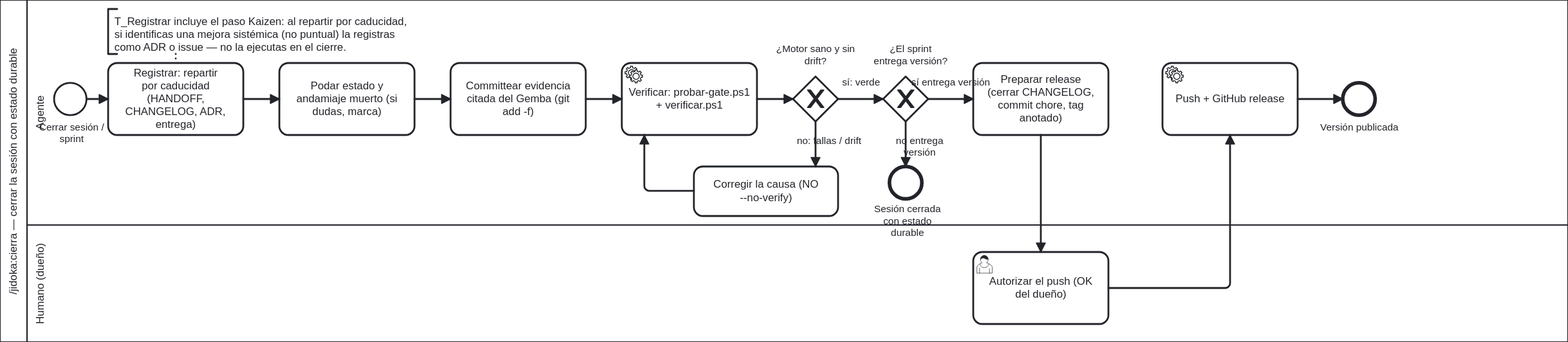
This is docs/atlas/render/16-cierra-as-is.svg from ArmandoMedina/jidoka, a BPMN export, as it was before one commit. Its source is kept beside it as docs/atlas/10-ritual/16-cierra-as-is.bpmn. Ids are renumbered.
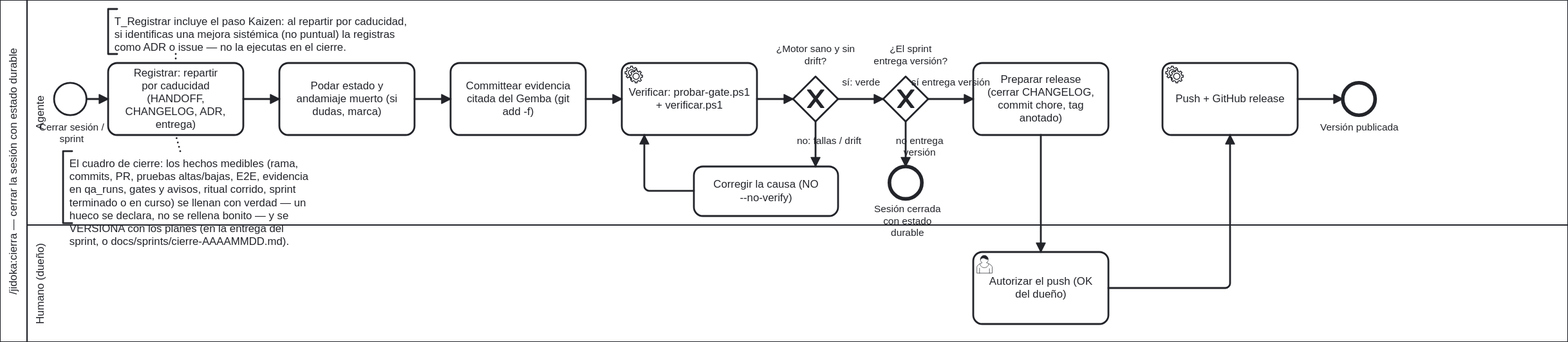
Later version of the same file.

Commit message:
feat(cierra): el cuadro de cierre -- los hechos medibles, versionado con los planes

Diff of the diagram source:
```diff
@@ -92,6 +92,10 @@
       <bpmn:text>T_Registrar incluye el paso Kaizen: al repartir por caducidad, si identificas una mejora sistémica (no puntual) la registras como ADR o issue — no la ejecutas en el cierre.</bpmn:text>
     </bpmn:textAnnotation>
     <bpmn:association id="Assoc_Kaizen" sourceRef="Ann_Kaizen" targetRef="T_Registrar"/>
+    <bpmn:textAnnotation id="Ann_Cuadro">
+      <bpmn:text>El cuadro de cierre: los hechos medibles (rama, commits, PR, pruebas altas/bajas, E2E, evidencia en qa_runs, gates y avisos, ritual corrido, sprint terminado o en curso) se llenan con verdad — un hueco se declara, no se rellena bonito — y se VERSIONA con los planes (en la entrega del sprint, o docs/sprints/cierre-AAAAMMDD.md).</bpmn:text>
+    </bpmn:textAnnotation>
+    <bpmn:association id="Assoc_Cuadro" sourceRef="Ann_Cuadro" targetRef="T_Registrar"/>
   </bpmn:process>
   <bpmndi:BPMNDiagram id="Diagram_16_Cierra">
     <bpmndi:BPMNPlane id="Plane_16_Cierra" bpmnElement="Collab_Cierra">
@@ -209,6 +213,13 @@
         <di:waypoint x="325" y="140"/>
         <di:waypoint x="325" y="150"/>
       </bpmndi:BPMNEdge>
+      <bpmndi:BPMNShape id="S_AnnCuadro" bpmnElement="Ann_Cuadro">
+        <dc:Bounds x="200" y="248" width="290" height="80"/>
+      </bpmndi:BPMNShape>
+      <bpmndi:BPMNEdge id="E_Assoc_Cuadro" bpmnElement="Assoc_Cuadro">
+        <di:waypoint x="330" y="248"/>
+        <di:waypoint x="325" y="230"/>
+      </bpmndi:BPMNEdge>
     </bpmndi:BPMNPlane>
   </bpmndi:BPMNDiagram>
 </bpmn:definitions>
```
